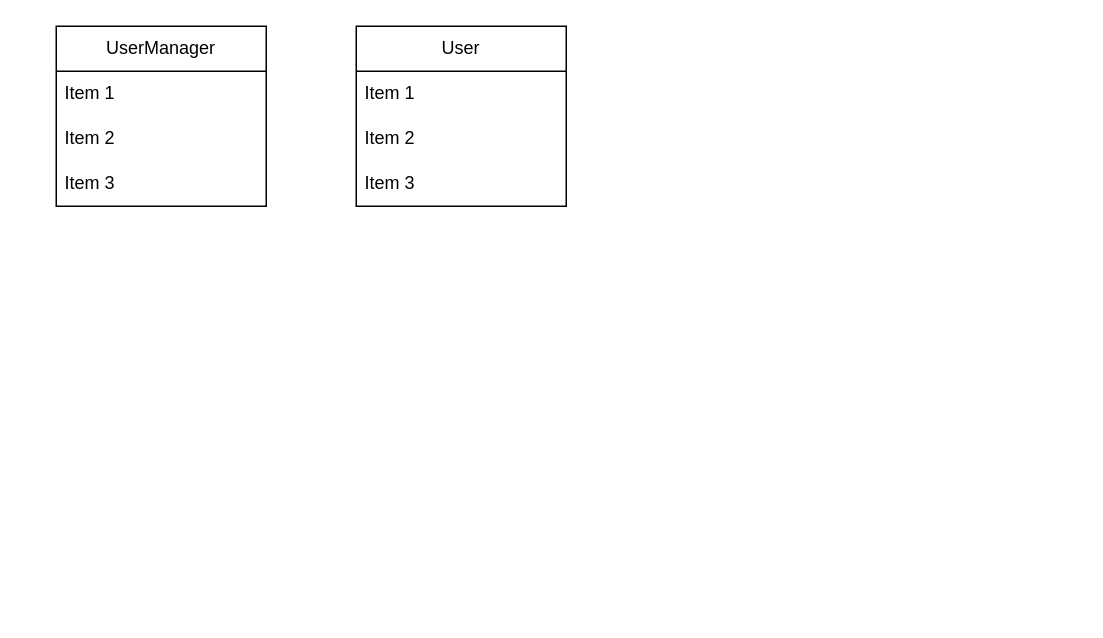
The draw.io diagram class-diagram.drawio in rayesalnasra/code-golf, before the edit. Source tidied: cells renumbered, new cells numbered last; positions are measured from the earlier drawing's top-left corner, leaving out a move shared by most shapes. Both pictures are drawn from the tidied source at 150%, with x=0, y=0 at pixel (56, 26).
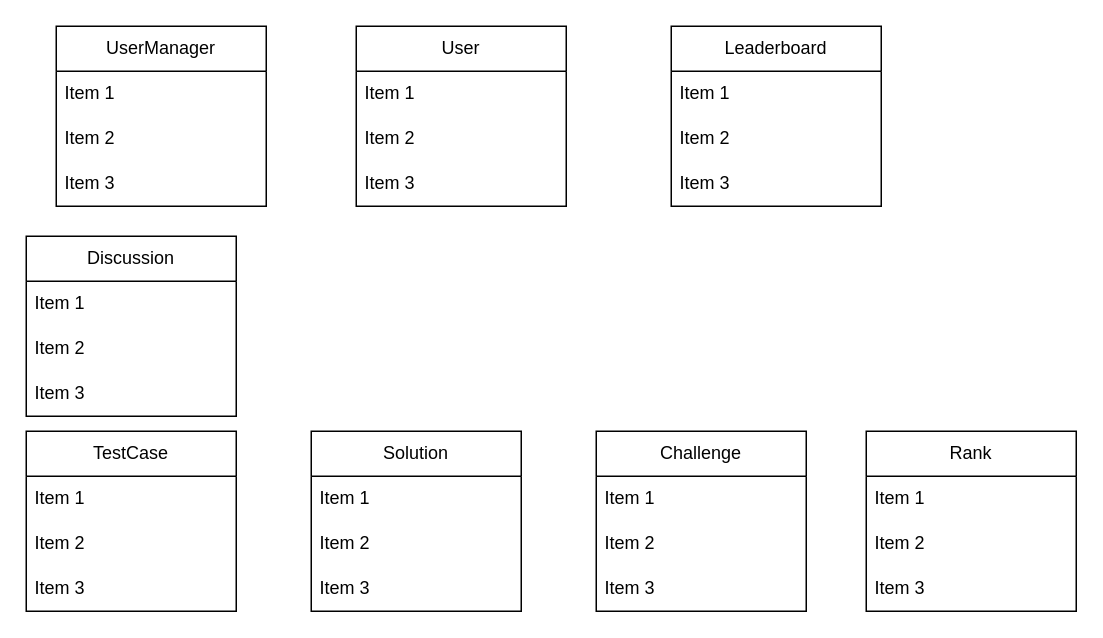
After the change.

Diff of the diagram source:
```diff
@@
+    <mxCell id="10" value="Leaderboard" style="swimlane;fontStyle=0;horizontal=1;startSize=30;whiteSpace=wrap;html=1;" parent="1" vertex="1">
+      <mxGeometry x="410" width="140" height="120" as="geometry" />
+    </mxCell>
+    <mxCell id="11" value="Item 1" style="text;strokeColor=none;fillColor=none;align=left;verticalAlign=middle;spacingLeft=4;spacingRight=4;overflow=hidden;whiteSpace=wrap;html=1;" parent="10" vertex="1">
+      <mxGeometry y="30" width="140" height="30" as="geometry" />
+    </mxCell>
+    <mxCell id="12" value="Item 2" style="text;strokeColor=none;fillColor=none;align=left;verticalAlign=middle;spacingLeft=4;spacingRight=4;overflow=hidden;whiteSpace=wrap;html=1;" parent="10" vertex="1">
+      <mxGeometry y="60" width="140" height="30" as="geometry" />
+    </mxCell>
+    <mxCell id="13" value="Item 3" style="text;strokeColor=none;fillColor=none;align=left;verticalAlign=middle;spacingLeft=4;spacingRight=4;overflow=hidden;whiteSpace=wrap;html=1;" parent="10" vertex="1">
+      <mxGeometry y="90" width="140" height="30" as="geometry" />
+    </mxCell>
+    <mxCell id="14" value="Challenge" style="swimlane;fontStyle=0;horizontal=1;startSize=30;whiteSpace=wrap;html=1;" parent="1" vertex="1">
+      <mxGeometry x="360" y="270" width="140" height="120" as="geometry" />
+    </mxCell>
+    <mxCell id="15" value="Item 1" style="text;strokeColor=none;fillColor=none;align=left;verticalAlign=middle;spacingLeft=4;spacingRight=4;overflow=hidden;whiteSpace=wrap;html=1;" parent="14" vertex="1">
+      <mxGeometry y="30" width="140" height="30" as="geometry" />
+    </mxCell>
+    <mxCell id="16" value="Item 2" style="text;strokeColor=none;fillColor=none;align=left;verticalAlign=middle;spacingLeft=4;spacingRight=4;overflow=hidden;whiteSpace=wrap;html=1;" parent="14" vertex="1">
+      <mxGeometry y="60" width="140" height="30" as="geometry" />
+    </mxCell>
+    <mxCell id="17" value="Item 3" style="text;strokeColor=none;fillColor=none;align=left;verticalAlign=middle;spacingLeft=4;spacingRight=4;overflow=hidden;whiteSpace=wrap;html=1;" parent="14" vertex="1">
+      <mxGeometry y="90" width="140" height="30" as="geometry" />
+    </mxCell>
+    <mxCell id="18" value="Rank" style="swimlane;fontStyle=0;horizontal=1;startSize=30;whiteSpace=wrap;html=1;" parent="1" vertex="1">
+      <mxGeometry x="540" y="270" width="140" height="120" as="geometry" />
+    </mxCell>
+    <mxCell id="19" value="Item 1" style="text;strokeColor=none;fillColor=none;align=left;verticalAlign=middle;spacingLeft=4;spacingRight=4;overflow=hidden;whiteSpace=wrap;html=1;" parent="18" vertex="1">
+      <mxGeometry y="30" width="140" height="30" as="geometry" />
+    </mxCell>
+    <mxCell id="20" value="Item 2" style="text;strokeColor=none;fillColor=none;align=left;verticalAlign=middle;spacingLeft=4;spacingRight=4;overflow=hidden;whiteSpace=wrap;html=1;" parent="18" vertex="1">
+      <mxGeometry y="60" width="140" height="30" as="geometry" />
+    </mxCell>
+    <mxCell id="21" value="Item 3" style="text;strokeColor=none;fillColor=none;align=left;verticalAlign=middle;spacingLeft=4;spacingRight=4;overflow=hidden;whiteSpace=wrap;html=1;" parent="18" vertex="1">
+      <mxGeometry y="90" width="140" height="30" as="geometry" />
+    </mxCell>
+    <mxCell id="22" value="Solution" style="swimlane;fontStyle=0;horizontal=1;startSize=30;whiteSpace=wrap;html=1;" parent="1" vertex="1">
+      <mxGeometry x="170" y="270" width="140" height="120" as="geometry" />
+    </mxCell>
+    <mxCell id="23" value="Item 1" style="text;strokeColor=none;fillColor=none;align=left;verticalAlign=middle;spacingLeft=4;spacingRight=4;overflow=hidden;whiteSpace=wrap;html=1;" parent="22" vertex="1">
+      <mxGeometry y="30" width="140" height="30" as="geometry" />
+    </mxCell>
+    <mxCell id="24" value="Item 2" style="text;strokeColor=none;fillColor=none;align=left;verticalAlign=middle;spacingLeft=4;spacingRight=4;overflow=hidden;whiteSpace=wrap;html=1;" parent="22" vertex="1">
+      <mxGeometry y="60" width="140" height="30" as="geometry" />
+    </mxCell>
+    <mxCell id="25" value="Item 3" style="text;strokeColor=none;fillColor=none;align=left;verticalAlign=middle;spacingLeft=4;spacingRight=4;overflow=hidden;whiteSpace=wrap;html=1;" parent="22" vertex="1">
+      <mxGeometry y="90" width="140" height="30" as="geometry" />
+    </mxCell>
+    <mxCell id="26" value="TestCase" style="swimlane;fontStyle=0;horizontal=1;startSize=30;whiteSpace=wrap;html=1;" parent="1" vertex="1">
+      <mxGeometry x="-20" y="270" width="140" height="120" as="geometry" />
+    </mxCell>
+    <mxCell id="27" value="Item 1" style="text;strokeColor=none;fillColor=none;align=left;verticalAlign=middle;spacingLeft=4;spacingRight=4;overflow=hidden;whiteSpace=wrap;html=1;" parent="26" vertex="1">
+      <mxGeometry y="30" width="140" height="30" as="geometry" />
+    </mxCell>
+    <mxCell id="28" value="Item 2" style="text;strokeColor=none;fillColor=none;align=left;verticalAlign=middle;spacingLeft=4;spacingRight=4;overflow=hidden;whiteSpace=wrap;html=1;" parent="26" vertex="1">
+      <mxGeometry y="60" width="140" height="30" as="geometry" />
+    </mxCell>
+    <mxCell id="29" value="Item 3" style="text;strokeColor=none;fillColor=none;align=left;verticalAlign=middle;spacingLeft=4;spacingRight=4;overflow=hidden;whiteSpace=wrap;html=1;" parent="26" vertex="1">
+      <mxGeometry y="90" width="140" height="30" as="geometry" />
+    </mxCell>
+    <mxCell id="30" value="Discussion" style="swimlane;fontStyle=0;horizontal=1;startSize=30;whiteSpace=wrap;html=1;" parent="1" vertex="1">
+      <mxGeometry x="-20" y="140" width="140" height="120" as="geometry" />
+    </mxCell>
+    <mxCell id="31" value="Item 1" style="text;strokeColor=none;fillColor=none;align=left;verticalAlign=middle;spacingLeft=4;spacingRight=4;overflow=hidden;whiteSpace=wrap;html=1;" parent="30" vertex="1">
+      <mxGeometry y="30" width="140" height="30" as="geometry" />
+    </mxCell>
+    <mxCell id="32" value="Item 2" style="text;strokeColor=none;fillColor=none;align=left;verticalAlign=middle;spacingLeft=4;spacingRight=4;overflow=hidden;whiteSpace=wrap;html=1;" parent="30" vertex="1">
+      <mxGeometry y="60" width="140" height="30" as="geometry" />
+    </mxCell>
+    <mxCell id="33" value="Item 3" style="text;strokeColor=none;fillColor=none;align=left;verticalAlign=middle;spacingLeft=4;spacingRight=4;overflow=hidden;whiteSpace=wrap;html=1;" parent="30" vertex="1">
+      <mxGeometry y="90" width="140" height="30" as="geometry" />
+    </mxCell>
```
